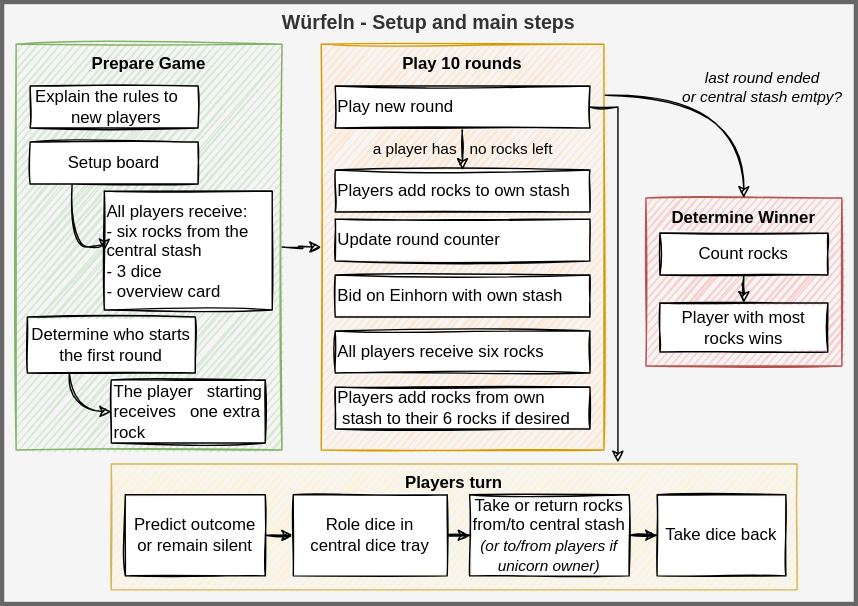
Earlier version of the draw.io export make/games/wuerfeln.drawio.svg (sonj4ev4/FullByte.github.io). Source tidied: cells renumbered, new cells last; positions are measured from the earlier drawing's top-left corner, leaving out a move shared by most shapes.
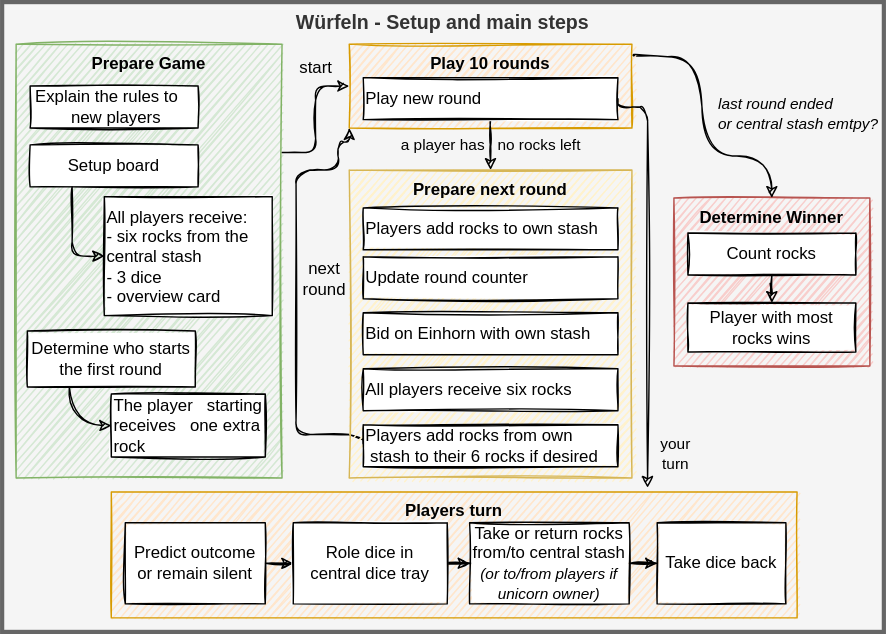
Above is the later version.

What changed in the source:
```diff
@@ -3,111 +3,135 @@
     <mxCell id="0" />
     <mxCell id="1" parent="0" />
     <mxCell id="2" value="Würfeln - Setup and main steps" style="rounded=0;whiteSpace=wrap;html=1;sketch=0;fontSize=14;align=center;verticalAlign=top;strokeWidth=3;fontStyle=1;fontFamily=Helvetica;fillColor=#f5f5f5;strokeColor=#666666;fontColor=#333333;" parent="1" vertex="1">
-      <mxGeometry width="610" height="430" as="geometry" />
+      <mxGeometry width="630" height="450" as="geometry" />
     </mxCell>
     <mxCell id="3" value="Determine Winner" style="whiteSpace=wrap;html=1;verticalAlign=top;fontStyle=1;fillColor=#f8cecc;strokeColor=#b85450;sketch=1;fontSize=12;" parent="1" vertex="1">
-      <mxGeometry x="460" y="140" width="140" height="120" as="geometry" />
+      <mxGeometry x="480" y="140" width="140" height="120" as="geometry" />
     </mxCell>
     <mxCell id="4" style="edgeStyle=orthogonalEdgeStyle;jettySize=auto;html=1;entryX=0.5;entryY=0;entryDx=0;entryDy=0;sketch=1;curved=1;fontSize=12;exitX=1.005;exitY=0.126;exitDx=0;exitDy=0;exitPerimeter=0;" parent="1" edge="1" source="6" target="3">
-      <mxGeometry relative="1" as="geometry" />
+      <mxGeometry relative="1" as="geometry">
+        <Array as="points">
+          <mxPoint x="500" y="39" />
+          <mxPoint x="500" y="110" />
+          <mxPoint x="550" y="110" />
+        </Array>
+      </mxGeometry>
     </mxCell>
-    <mxCell id="5" value="last round ended&lt;br&gt;or central stash emtpy?" style="edgeLabel;html=1;align=center;verticalAlign=middle;labelBackgroundColor=none;fontStyle=2;" parent="4" vertex="1">
+    <mxCell id="5" value="last round ended&lt;br&gt;or central stash emtpy?" style="edgeLabel;html=1;align=left;verticalAlign=middle;labelBackgroundColor=none;fontStyle=2;" parent="4" vertex="1">
       <mxGeometry x="0.86" y="2" relative="1" as="geometry">
-        <mxPoint x="10" y="-67" as="offset" />
+        <mxPoint x="-42" y="-46" as="offset" />
       </mxGeometry>
     </mxCell>
     <mxCell id="6" value="Play 10 rounds" style="whiteSpace=wrap;html=1;verticalAlign=top;fontStyle=1;fillColor=#ffe6cc;strokeColor=#d79b00;sketch=1;fontSize=12;" parent="1" vertex="1">
-      <mxGeometry x="228" y="30" width="202" height="290" as="geometry" />
+      <mxGeometry x="248" y="30" width="202" height="60" as="geometry" />
     </mxCell>
-    <mxCell id="7" style="edgeStyle=orthogonalEdgeStyle;jettySize=auto;html=1;entryX=0;entryY=0.5;entryDx=0;entryDy=0;sketch=1;curved=1;fontSize=12;" parent="1" edge="1" source="8" target="6">
-      <mxGeometry relative="1" as="geometry" />
+    <mxCell id="7" value="start" style="edgeStyle=orthogonalEdgeStyle;rounded=1;sketch=1;jettySize=auto;html=1;entryX=0;entryY=0.5;entryDx=0;entryDy=0;exitX=1;exitY=0.25;exitDx=0;exitDy=0;fontSize=12;labelBackgroundColor=none;" parent="1" edge="1" source="8" target="6">
+      <mxGeometry x="0.47" y="15" relative="1" as="geometry">
+        <mxPoint x="15" y="-15" as="offset" />
+      </mxGeometry>
     </mxCell>
     <mxCell id="8" value="Prepare Game" style="whiteSpace=wrap;html=1;verticalAlign=top;fontStyle=1;fillColor=#d5e8d4;strokeColor=#82b366;sketch=1;fontSize=12;" parent="1" vertex="1">
-      <mxGeometry x="10" y="30" width="190" height="290" as="geometry" />
+      <mxGeometry x="10" y="30" width="190" height="310" as="geometry" />
     </mxCell>
-    <mxCell id="9" style="edgeStyle=orthogonalEdgeStyle;rounded=0;jettySize=auto;html=1;exitX=1;exitY=0.5;exitDx=0;exitDy=0;sketch=1;" parent="1" edge="1" source="11">
+    <mxCell id="9" style="edgeStyle=orthogonalEdgeStyle;rounded=1;jettySize=auto;html=1;exitX=1;exitY=0.5;exitDx=0;exitDy=0;sketch=1;entryX=0.782;entryY=-0.033;entryDx=0;entryDy=0;entryPerimeter=0;fontSize=12;labelBackgroundColor=none;" parent="1" edge="1" source="11" target="25">
       <mxGeometry relative="1" as="geometry">
-        <mxPoint x="440" y="329" as="targetPoint" />
+        <Array as="points">
+          <mxPoint x="461" y="75" />
+        </Array>
       </mxGeometry>
     </mxCell>
+    <mxCell id="35" value="your &lt;br&gt;turn" style="edgeLabel;html=1;align=center;verticalAlign=middle;labelBackgroundColor=none;" parent="9" vertex="1">
+      <mxGeometry x="0.5" y="5" relative="1" as="geometry">
+        <mxPoint x="14" y="51" as="offset" />
+      </mxGeometry>
+    </mxCell>
-    <mxCell id="10" value="a player has&amp;nbsp; &amp;nbsp;no rocks left" style="edgeStyle=orthogonalEdgeStyle;rounded=0;jettySize=auto;html=1;entryX=0.5;entryY=0;entryDx=0;entryDy=0;sketch=1;labelBackgroundColor=none;" parent="1" edge="1" source="11" target="33">
+    <mxCell id="10" value="a player has&amp;nbsp; &amp;nbsp;no rocks left" style="edgeStyle=orthogonalEdgeStyle;rounded=0;jettySize=auto;html=1;sketch=1;labelBackgroundColor=none;entryX=0.5;entryY=0;entryDx=0;entryDy=0;" parent="1" edge="1" source="11" target="37">
       <mxGeometry relative="1" as="geometry" />
     </mxCell>
     <mxCell id="11" value="&amp;nbsp;Play new round" style="whiteSpace=wrap;html=1;align=left;sketch=1;fontSize=12;" parent="1" vertex="1">
-      <mxGeometry x="238" y="60" width="182" height="30" as="geometry" />
+      <mxGeometry x="258" y="54" width="182" height="30" as="geometry" />
     </mxCell>
-    <mxCell id="12" value="&amp;nbsp;Bid on Einhorn with own stash" style="whiteSpace=wrap;html=1;align=left;sketch=1;fontSize=12;" parent="1" vertex="1">
-      <mxGeometry x="238" y="195" width="182" height="30" as="geometry" />
-    </mxCell>
     <mxCell id="13" value="Player with most rocks wins" style="whiteSpace=wrap;html=1;sketch=1;fontSize=12;" parent="1" vertex="1">
-      <mxGeometry x="470" y="215" width="120" height="35" as="geometry" />
+      <mxGeometry x="490" y="215" width="120" height="35" as="geometry" />
     </mxCell>
     <mxCell id="14" style="edgeStyle=orthogonalEdgeStyle;jettySize=auto;html=1;entryX=0;entryY=0.5;entryDx=0;entryDy=0;exitX=0.25;exitY=1;exitDx=0;exitDy=0;sketch=1;curved=1;fontSize=12;" parent="1" edge="1" source="15" target="16">
       <mxGeometry relative="1" as="geometry" />
     </mxCell>
     <mxCell id="15" value="Determine who starts the first round" style="whiteSpace=wrap;html=1;sketch=1;fontSize=12;align=center;" parent="1" vertex="1">
-      <mxGeometry x="18" y="225" width="120" height="40" as="geometry" />
+      <mxGeometry x="18" y="235" width="120" height="40" as="geometry" />
     </mxCell>
     <mxCell id="16" value="&amp;nbsp;The player&amp;nbsp; &amp;nbsp;starting&amp;nbsp;&lt;span&gt;receives&amp;nbsp; &amp;nbsp;one&amp;nbsp;&lt;/span&gt;extra rock" style="whiteSpace=wrap;html=1;align=left;sketch=1;fontSize=12;" parent="1" vertex="1">
-      <mxGeometry x="78" y="270" width="110" height="45" as="geometry" />
+      <mxGeometry x="78" y="280" width="110" height="45" as="geometry" />
     </mxCell>
     <mxCell id="17" value="&amp;nbsp;All players receive:&lt;br style=&quot;font-size: 12px&quot;&gt;&amp;nbsp; - six rocks from the central stash&lt;br style=&quot;font-size: 12px&quot;&gt;&amp;nbsp; - 3 dice&lt;br&gt;&amp;nbsp; -&amp;nbsp;overview card" style="whiteSpace=wrap;html=1;align=left;sketch=1;fontSize=12;glass=0;" parent="1" vertex="1">
-      <mxGeometry x="73" y="135" width="120" height="85" as="geometry" />
+      <mxGeometry x="73" y="139" width="120" height="85" as="geometry" />
     </mxCell>
-    <mxCell id="18" value="&amp;nbsp;All players receive six rocks" style="whiteSpace=wrap;html=1;align=left;sketch=1;fontSize=12;" parent="1" vertex="1">
-      <mxGeometry x="238" y="235" width="182" height="30" as="geometry" />
-    </mxCell>
     <mxCell id="19" style="edgeStyle=orthogonalEdgeStyle;jettySize=auto;html=1;sketch=1;curved=1;fontSize=12;" parent="1" edge="1" source="20" target="13">
       <mxGeometry relative="1" as="geometry" />
     </mxCell>
     <mxCell id="20" value="Count rocks" style="whiteSpace=wrap;html=1;sketch=1;fontSize=12;" parent="1" vertex="1">
-      <mxGeometry x="470" y="165" width="120" height="30" as="geometry" />
+      <mxGeometry x="490" y="165" width="120" height="30" as="geometry" />
     </mxCell>
-    <mxCell id="21" style="edgeStyle=orthogonalEdgeStyle;jettySize=auto;html=1;entryX=0;entryY=0.5;entryDx=0;entryDy=0;exitX=0.25;exitY=1;exitDx=0;exitDy=0;sketch=1;curved=1;fontSize=12;" parent="1" edge="1" source="22" target="17">
-      <mxGeometry relative="1" as="geometry">
-        <Array as="points">
-          <mxPoint x="50" y="175" />
-        </Array>
-      </mxGeometry>
+    <mxCell id="21" style="edgeStyle=orthogonalEdgeStyle;rounded=1;jettySize=auto;html=1;entryX=0;entryY=0.5;entryDx=0;entryDy=0;exitX=0.25;exitY=1;exitDx=0;exitDy=0;fontSize=12;sketch=1;" parent="1" edge="1" source="22" target="17">
+      <mxGeometry relative="1" as="geometry" />
     </mxCell>
     <mxCell id="22" value="&amp;nbsp;Setup board" style="whiteSpace=wrap;html=1;align=center;verticalAlign=middle;sketch=1;fontSize=12;" parent="1" vertex="1">
-      <mxGeometry x="20" y="100" width="120" height="30" as="geometry" />
+      <mxGeometry x="20" y="102" width="120" height="30" as="geometry" />
     </mxCell>
-    <mxCell id="23" value="&amp;nbsp;Players add rocks from own&amp;nbsp; &amp;nbsp;stash to their 6 rocks if desired" style="whiteSpace=wrap;html=1;align=left;sketch=1;fontSize=12;" parent="1" vertex="1">
-      <mxGeometry x="238" y="275" width="182" height="30" as="geometry" />
-    </mxCell>
-    <mxCell id="24" value="&amp;nbsp;Update round counter" style="whiteSpace=wrap;html=1;align=left;sketch=1;fontSize=12;" parent="1" vertex="1">
-      <mxGeometry x="238" y="155" width="182" height="30" as="geometry" />
-    </mxCell>
-    <mxCell id="25" value="Players turn" style="whiteSpace=wrap;html=1;verticalAlign=top;fontStyle=1;fillColor=#fff2cc;strokeColor=#d6b656;sketch=1;fontSize=12;" parent="1" vertex="1">
-      <mxGeometry x="78" y="330" width="490" height="90" as="geometry" />
+    <mxCell id="25" value="Players turn" style="whiteSpace=wrap;html=1;verticalAlign=top;fontStyle=1;fillColor=#ffe6cc;strokeColor=#d79b00;sketch=1;fontSize=12;" parent="1" vertex="1">
+      <mxGeometry x="78" y="350" width="490" height="90" as="geometry" />
     </mxCell>
     <mxCell id="26" style="edgeStyle=orthogonalEdgeStyle;rounded=0;sketch=1;jettySize=auto;html=1;entryX=0;entryY=0.5;entryDx=0;entryDy=0;" parent="1" edge="1" source="27" target="29">
       <mxGeometry relative="1" as="geometry" />
     </mxCell>
     <mxCell id="27" value="Predict outcome &lt;br&gt;or remain silent" style="whiteSpace=wrap;html=1;align=center;sketch=1;fontSize=12;" parent="1" vertex="1">
-      <mxGeometry x="88" y="352" width="100" height="58" as="geometry" />
+      <mxGeometry x="88" y="372" width="100" height="58" as="geometry" />
     </mxCell>
     <mxCell id="28" style="edgeStyle=orthogonalEdgeStyle;rounded=0;sketch=1;jettySize=auto;html=1;entryX=0;entryY=0.5;entryDx=0;entryDy=0;" parent="1" edge="1" source="29" target="31">
       <mxGeometry relative="1" as="geometry" />
     </mxCell>
     <mxCell id="29" value="Role dice in &lt;br&gt;central dice tray" style="whiteSpace=wrap;html=1;align=center;sketch=1;fontSize=12;" parent="1" vertex="1">
-      <mxGeometry x="208" y="352" width="110" height="58" as="geometry" />
+      <mxGeometry x="208" y="372" width="110" height="58" as="geometry" />
     </mxCell>
     <mxCell id="30" style="edgeStyle=orthogonalEdgeStyle;rounded=0;sketch=1;jettySize=auto;html=1;entryX=0;entryY=0.5;entryDx=0;entryDy=0;" parent="1" edge="1" source="31" target="32">
       <mxGeometry relative="1" as="geometry" />
     </mxCell>
     <mxCell id="31" value="Take or return rocks from/to central stash&lt;br&gt;&lt;i&gt;&lt;font style=&quot;font-size: 11px&quot;&gt;(or to/from players if unicorn owner)&lt;/font&gt;&lt;/i&gt;" style="whiteSpace=wrap;html=1;align=center;sketch=1;fontSize=12;" parent="1" vertex="1">
-      <mxGeometry x="334" y="352" width="114" height="58" as="geometry" />
+      <mxGeometry x="334" y="372" width="114" height="58" as="geometry" />
     </mxCell>
     <mxCell id="32" value="Take dice back" style="whiteSpace=wrap;html=1;align=center;sketch=1;fontSize=12;" parent="1" vertex="1">
-      <mxGeometry x="468" y="352" width="92" height="58" as="geometry" />
+      <mxGeometry x="468" y="372" width="92" height="58" as="geometry" />
     </mxCell>
+    <mxCell id="34" value="&amp;nbsp;Explain the rules to&amp;nbsp; &amp;nbsp; &amp;nbsp;new players" style="whiteSpace=wrap;html=1;align=center;verticalAlign=middle;sketch=1;fontSize=12;" parent="1" vertex="1">
+      <mxGeometry x="20" y="60" width="120" height="30" as="geometry" />
+    </mxCell>
+    <mxCell id="36" value="next&lt;br&gt;round" style="edgeStyle=orthogonalEdgeStyle;rounded=1;jettySize=auto;html=1;entryX=0;entryY=1;entryDx=0;entryDy=0;exitX=0;exitY=0.5;exitDx=0;exitDy=0;sketch=1;fontSize=12;labelBackgroundColor=none;" parent="1" edge="1" source="23" target="6">
+      <mxGeometry x="0.06" y="-20" relative="1" as="geometry">
+        <Array as="points">
+          <mxPoint x="210" y="309" />
+          <mxPoint x="210" y="120" />
+          <mxPoint x="240" y="120" />
+          <mxPoint x="240" y="100" />
+        </Array>
+      </mxGeometry>
+    </mxCell>
+    <mxCell id="37" value="Prepare next round" style="whiteSpace=wrap;html=1;verticalAlign=top;fontStyle=1;fillColor=#fff2cc;strokeColor=#d6b656;sketch=1;fontSize=12;" parent="1" vertex="1">
+      <mxGeometry x="248" y="120" width="202" height="220" as="geometry" />
+    </mxCell>
+    <mxCell id="12" value="&amp;nbsp;Bid on Einhorn with own stash" style="whiteSpace=wrap;html=1;align=left;sketch=1;fontSize=12;" parent="1" vertex="1">
+      <mxGeometry x="258" y="222" width="182" height="30" as="geometry" />
+    </mxCell>
+    <mxCell id="18" value="&amp;nbsp;All players receive six rocks" style="whiteSpace=wrap;html=1;align=left;sketch=1;fontSize=12;" parent="1" vertex="1">
+      <mxGeometry x="258" y="262" width="182" height="30" as="geometry" />
+    </mxCell>
+    <mxCell id="23" value="&amp;nbsp;Players add rocks from own&amp;nbsp; &amp;nbsp;stash to their 6 rocks if desired" style="whiteSpace=wrap;html=1;align=left;sketch=1;fontSize=12;" parent="1" vertex="1">
+      <mxGeometry x="258" y="302" width="182" height="30" as="geometry" />
+    </mxCell>
+    <mxCell id="24" value="&amp;nbsp;Update round counter" style="whiteSpace=wrap;html=1;align=left;sketch=1;fontSize=12;" parent="1" vertex="1">
+      <mxGeometry x="258" y="182" width="182" height="30" as="geometry" />
+    </mxCell>
     <mxCell id="33" value="&amp;nbsp;Players add rocks to own stash" style="whiteSpace=wrap;html=1;align=left;sketch=1;fontSize=12;" parent="1" vertex="1">
-      <mxGeometry x="238" y="120" width="182" height="30" as="geometry" />
+      <mxGeometry x="258" y="147" width="182" height="30" as="geometry" />
     </mxCell>
-    <mxCell id="34" value="&amp;nbsp;Explain the rules to&amp;nbsp; &amp;nbsp; &amp;nbsp;new players" style="whiteSpace=wrap;html=1;align=center;verticalAlign=middle;sketch=1;fontSize=12;" parent="1" vertex="1">
-      <mxGeometry x="20" y="60" width="120" height="30" as="geometry" />
-    </mxCell>
   </root>
 </mxGraphModel>
```
